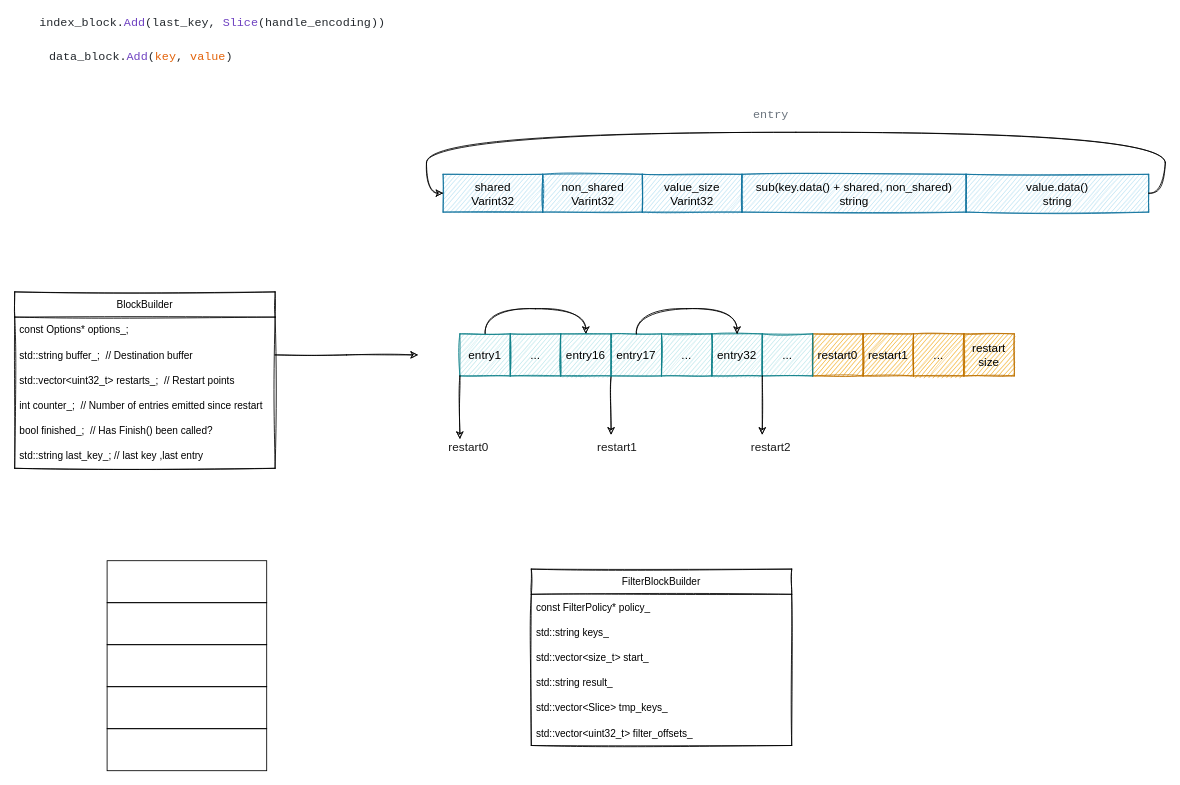
Above: 20211027.drawio in RiverFerry/picBed (draw.io), before the change. Source tidied: cells renumbered, new cells numbered last; positions are measured from the earlier drawing's top-left corner, leaving out a move shared by most shapes. Both pictures are drawn from the tidied source at 84%, with x=0, y=0 at pixel (14, 14).
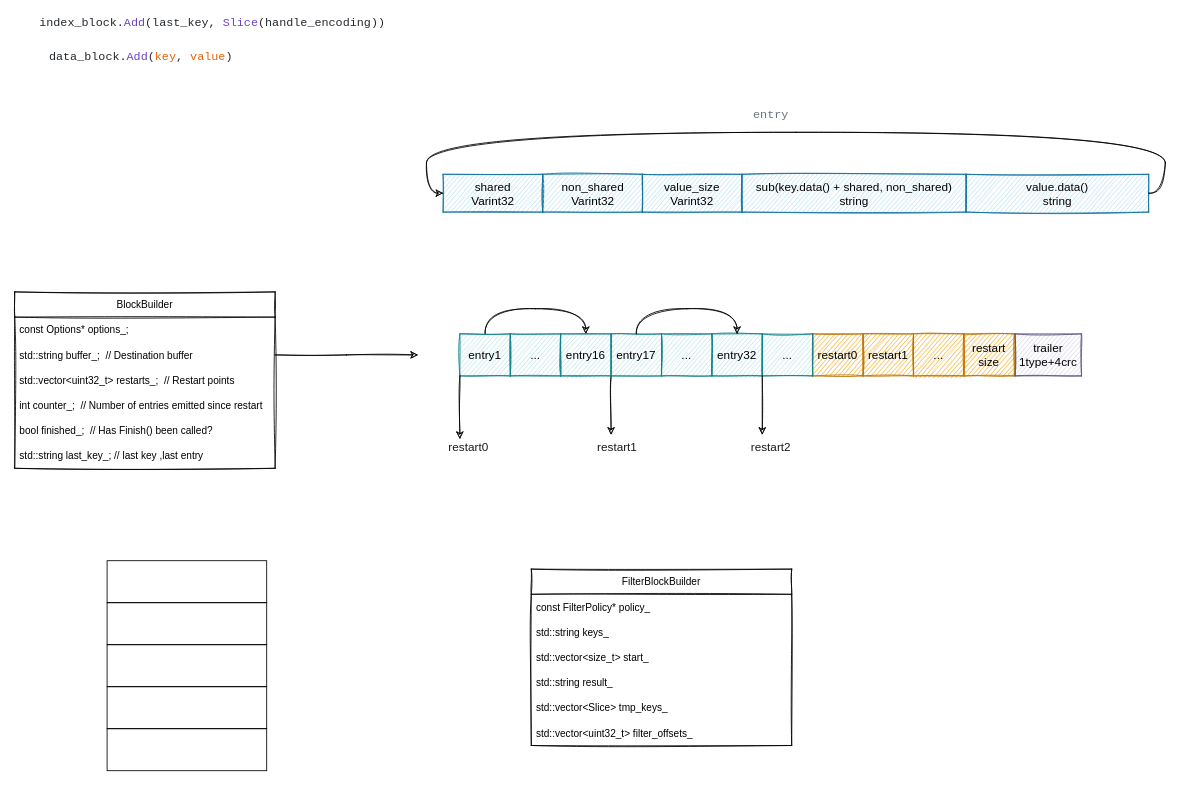
The same page after the edit.

Change to the diagram source:
```diff
@@
+    <mxCell id="51" value="trailer&lt;br&gt;1type+4crc" style="rounded=0;whiteSpace=wrap;html=1;shadow=0;sketch=1;fontSize=14;strokeColor=#56517e;fillColor=#d0cee2;" parent="1" vertex="1">
+      <mxGeometry x="1191" y="380" width="79" height="50" as="geometry" />
+    </mxCell>
```
